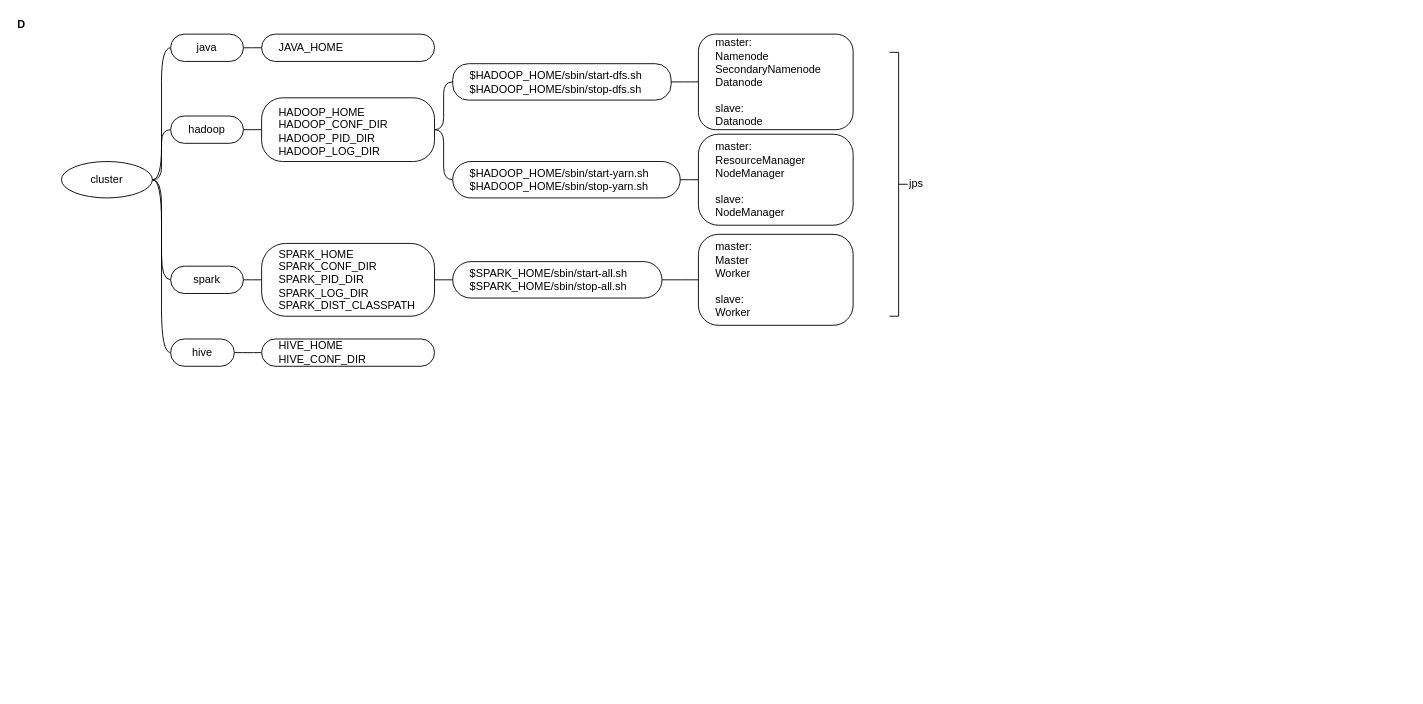
The draw.io diagram page "deploy" (1 of 3) of scala/scala.drawio in yangdj/tf_docs, before the edit. Source tidied: cells renumbered, new cells numbered last; positions are measured from the earlier drawing's top-left corner, leaving out a move shared by most shapes. Both pictures are drawn from the tidied source at 91%, with x=0, y=0 at pixel (15, 15).
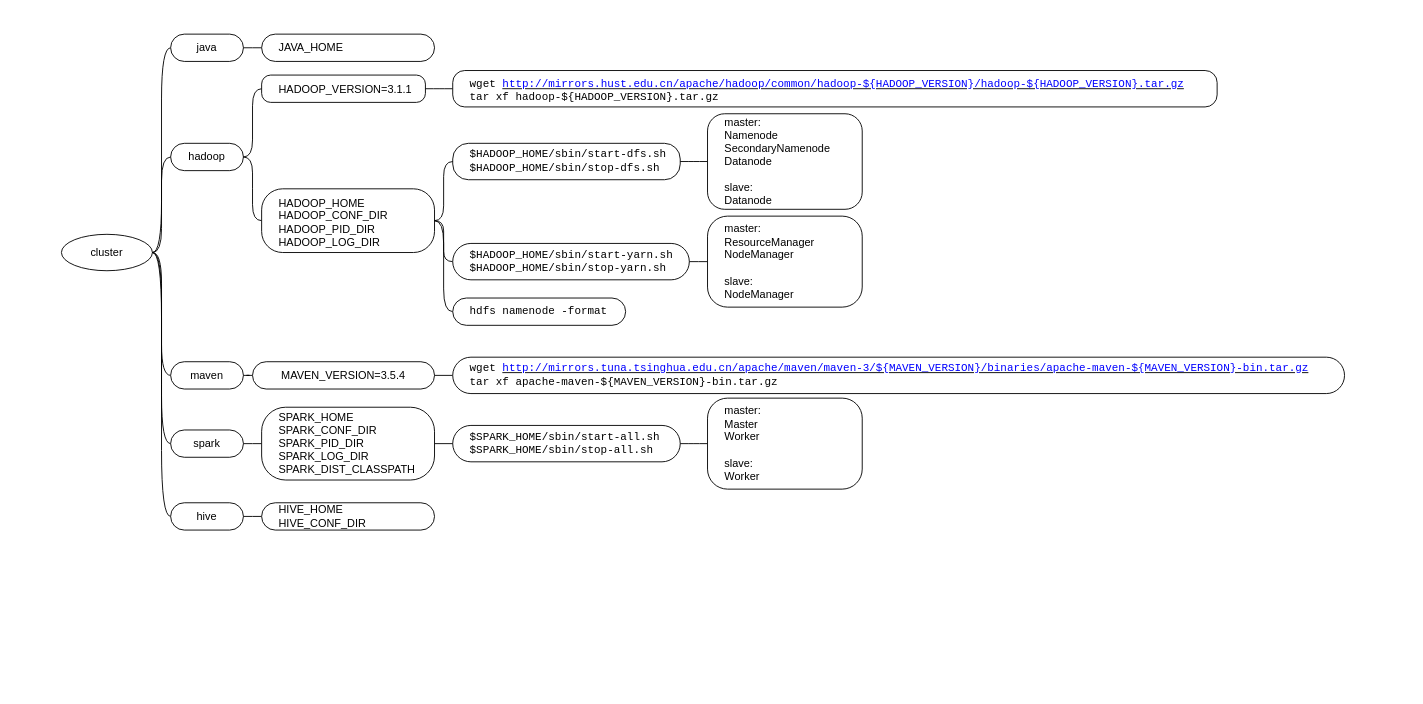
Above is the later version.

What changed in the source:
```diff
@@
-    <mxCell id="2" value="D" style="swimlane;html=1;startSize=20;horizontal=1;containerType=tree;rounded=1;shadow=0;glass=0;comic=0;fillColor=none;align=left;strokeColor=none;" parent="1" vertex="1">
-      <mxGeometry width="1020" height="460" as="geometry" />
+    <mxCell id="2" style="swimlane;html=1;startSize=20;horizontal=1;containerType=tree;rounded=1;shadow=0;glass=0;comic=0;fillColor=none;align=left;strokeColor=none;spacingLeft=16;fontFamily=Courier New;" parent="1" vertex="1">
+      <mxGeometry width="1530" height="740" as="geometry" />
     </mxCell>
@@
     <mxCell id="4" value="cluster" style="ellipse;whiteSpace=wrap;html=1;align=center;" parent="2" vertex="1">
-      <mxGeometry x="50" y="160" width="100" height="40" as="geometry" />
+      <mxGeometry x="50" y="240" width="100" height="40" as="geometry" />
     </mxCell>
     <mxCell id="5" value="hadoop" style="whiteSpace=wrap;html=1;rounded=1;arcSize=50;align=center;verticalAlign=middle;strokeWidth=1;spacing=4;" parent="2" vertex="1">
-      <mxGeometry x="170" y="110" width="80" height="30" as="geometry" />
+      <mxGeometry x="170" y="140" width="80" height="30" as="geometry" />
     </mxCell>
@@
     <mxCell id="7" value="spark" style="whiteSpace=wrap;html=1;rounded=1;arcSize=50;align=center;verticalAlign=middle;strokeWidth=1;spacing=4;" parent="2" vertex="1">
-      <mxGeometry x="170" y="275" width="80" height="30" as="geometry" />
+      <mxGeometry x="170" y="455" width="80" height="30" as="geometry" />
     </mxCell>
@@
-    <mxCell id="9" value="$SPARK_HOME/sbin/start-all.sh&lt;br&gt;$SPARK_HOME/sbin/stop-all.sh" style="whiteSpace=wrap;html=1;rounded=1;arcSize=50;align=left;verticalAlign=middle;strokeWidth=1;spacing=4;spacingLeft=15;" parent="2" vertex="1">
-      <mxGeometry x="480" y="270" width="230" height="40" as="geometry" />
+    <mxCell id="9" value="$SPARK_HOME/sbin/start-all.sh&lt;br&gt;$SPARK_HOME/sbin/stop-all.sh" style="whiteSpace=wrap;html=1;rounded=1;arcSize=50;align=left;verticalAlign=middle;strokeWidth=1;spacing=4;spacingLeft=15;fontFamily=Courier New;" parent="2" vertex="1">
+      <mxGeometry x="480" y="450" width="250" height="40" as="geometry" />
     </mxCell>
@@
-    <mxCell id="15" value="&lt;span style=&quot;font-size: 12px&quot;&gt;$HADOOP_HOME/sbin/start-dfs.sh&lt;/span&gt;&lt;br style=&quot;font-size: 12px&quot;&gt;&lt;span style=&quot;font-size: 12px&quot;&gt;$HADOOP_HOME/sbin/stop-dfs.sh&lt;/span&gt;&lt;span style=&quot;font-size: 12px&quot;&gt;&lt;br&gt;&lt;/span&gt;" style="whiteSpace=wrap;html=1;rounded=1;arcSize=43;align=left;verticalAlign=middle;strokeWidth=1;spacing=4;fontSize=12;spacingLeft=15;" parent="2" vertex="1">
-      <mxGeometry x="480" y="52.5" width="240" height="40" as="geometry" />
+    <mxCell id="15" value="&lt;span style=&quot;font-size: 12px&quot;&gt;$HADOOP_HOME/sbin/start-dfs.sh&lt;/span&gt;&lt;br style=&quot;font-size: 12px&quot;&gt;&lt;span style=&quot;font-size: 12px&quot;&gt;$HADOOP_HOME/sbin/stop-dfs.sh&lt;/span&gt;&lt;span style=&quot;font-size: 12px&quot;&gt;&lt;br&gt;&lt;/span&gt;" style="whiteSpace=wrap;html=1;rounded=1;arcSize=43;align=left;verticalAlign=middle;strokeWidth=1;spacing=4;fontSize=12;spacingLeft=15;fontFamily=Courier New;" parent="2" vertex="1">
+      <mxGeometry x="480" y="140" width="250" height="40" as="geometry" />
     </mxCell>
@@
     <mxCell id="17" value="&lt;div&gt;HADOOP_HOME&lt;/div&gt;&lt;div&gt;HADOOP_CONF_DIR&lt;/div&gt;&lt;div&gt;HADOOP_PID_DIR&lt;/div&gt;&lt;div&gt;HADOOP_LOG_DIR&lt;/div&gt;&lt;div&gt;&lt;br&gt;&lt;/div&gt;" style="whiteSpace=wrap;html=1;rounded=1;arcSize=33;align=left;verticalAlign=top;strokeWidth=1;spacing=4;spacingLeft=15;" parent="2" vertex="1">
-      <mxGeometry x="270" y="90" width="190" height="70" as="geometry" />
+      <mxGeometry x="270" y="190" width="190" height="70" as="geometry" />
     </mxCell>
@@
     <mxCell id="19" value="&lt;div&gt;SPARK_HOME&lt;/div&gt;&lt;div&gt;SPARK_CONF_DIR&lt;/div&gt;&lt;div&gt;SPARK_PID_DIR&lt;/div&gt;&lt;div&gt;SPARK_LOG_DIR&lt;/div&gt;&lt;div&gt;SPARK_DIST_CLASSPATH&lt;/div&gt;" style="whiteSpace=wrap;html=1;rounded=1;arcSize=33;align=left;verticalAlign=middle;strokeWidth=1;spacing=4;spacingLeft=15;" parent="2" vertex="1">
-      <mxGeometry x="270" y="250" width="190" height="80" as="geometry" />
+      <mxGeometry x="270" y="430" width="190" height="80" as="geometry" />
     </mxCell>
@@
     <mxCell id="21" value="hive" style="whiteSpace=wrap;html=1;rounded=1;arcSize=50;align=center;verticalAlign=middle;strokeWidth=1;spacing=4;" parent="2" vertex="1">
-      <mxGeometry x="170" y="355" width="70" height="30" as="geometry" />
+      <mxGeometry x="170" y="535" width="80" height="30" as="geometry" />
     </mxCell>
@@
     <mxCell id="23" value="HIVE_HOME&lt;br&gt;HIVE_CONF_DIR" style="whiteSpace=wrap;html=1;rounded=1;arcSize=50;align=left;verticalAlign=middle;strokeWidth=1;spacing=4;spacingLeft=15;" parent="2" vertex="1">
-      <mxGeometry x="270" y="355" width="190" height="30" as="geometry" />
+      <mxGeometry x="270" y="535" width="190" height="30" as="geometry" />
     </mxCell>
@@
-    <mxCell id="25" value="$HADOOP_HOME/sbin/start-yarn.sh&lt;br&gt;$HADOOP_HOME/sbin/stop-yarn.sh&lt;span style=&quot;font-size: 12px&quot;&gt;&lt;br&gt;&lt;/span&gt;" style="whiteSpace=wrap;html=1;rounded=1;arcSize=50;align=left;verticalAlign=middle;strokeWidth=1;spacing=4;fontSize=12;spacingLeft=15;" parent="2" vertex="1">
-      <mxGeometry x="480" y="160" width="250" height="40" as="geometry" />
+    <mxCell id="25" value="$HADOOP_HOME/sbin/start-yarn.sh&lt;br&gt;$HADOOP_HOME/sbin/stop-yarn.sh&lt;span style=&quot;font-size: 12px&quot;&gt;&lt;br&gt;&lt;/span&gt;" style="whiteSpace=wrap;html=1;rounded=1;arcSize=50;align=left;verticalAlign=middle;strokeWidth=1;spacing=4;fontSize=12;spacingLeft=15;fontFamily=Courier New;" parent="2" vertex="1">
+      <mxGeometry x="480" y="250" width="260" height="40" as="geometry" />
     </mxCell>
@@
     <mxCell id="27" value="&lt;span style=&quot;font-size: 12px&quot;&gt;master:&lt;br&gt;Namenode&lt;br&gt;SecondaryNamenode&lt;br&gt;Datanode&lt;br&gt;&lt;br&gt;&lt;/span&gt;slave:&lt;br&gt;Datanode&lt;span style=&quot;font-size: 12px&quot;&gt;&lt;br&gt;&lt;/span&gt;" style="whiteSpace=wrap;html=1;rounded=1;arcSize=18;align=left;verticalAlign=middle;strokeWidth=1;spacing=4;fontSize=12;spacingLeft=15;" parent="2" vertex="1">
-      <mxGeometry x="750" y="20" width="170" height="105" as="geometry" />
+      <mxGeometry x="760" y="107.5" width="170" height="105" as="geometry" />
     </mxCell>
@@
     <mxCell id="29" value="&lt;span style=&quot;font-size: 12px&quot;&gt;master:&lt;br&gt;ResourceManager&lt;br&gt;NodeManager&lt;br&gt;&lt;br&gt;slave:&lt;br&gt;NodeManager&lt;br&gt;&lt;/span&gt;" style="whiteSpace=wrap;html=1;rounded=1;arcSize=22;align=left;verticalAlign=middle;strokeWidth=1;spacing=4;fontSize=12;spacingLeft=15;" parent="2" vertex="1">
-      <mxGeometry x="750" y="130" width="170" height="100" as="geometry" />
+      <mxGeometry x="760" y="220" width="170" height="100" as="geometry" />
     </mxCell>
@@
     <mxCell id="31" value="&lt;span style=&quot;font-size: 12px&quot;&gt;master:&lt;br&gt;Master&lt;br&gt;Worker&lt;br&gt;&lt;br&gt;slave:&lt;br&gt;Worker&lt;br&gt;&lt;/span&gt;" style="whiteSpace=wrap;html=1;rounded=1;arcSize=22;align=left;verticalAlign=middle;strokeWidth=1;spacing=4;fontSize=12;spacingLeft=15;" parent="2" vertex="1">
-      <mxGeometry x="750" y="240" width="170" height="100" as="geometry" />
+      <mxGeometry x="760" y="420" width="170" height="100" as="geometry" />
     </mxCell>
-    <mxCell id="32" value="jps" style="strokeWidth=1;html=1;shape=mxgraph.flowchart.annotation_2;align=left;labelPosition=right;fontColor=#000000;direction=west;perimeterSpacing=0;" parent="2" vertex="1">
-      <mxGeometry x="960" y="40" width="20" height="290" as="geometry" />
-    </mxCell>
+    <mxCell id="33" style="edgeStyle=entityRelationEdgeStyle;startArrow=none;endArrow=none;segment=10;curved=1;" parent="2" edge="1" source="17" target="34">
+      <mxGeometry relative="1" as="geometry" />
+    </mxCell>
+    <mxCell id="34" value="hdfs namenode -format&lt;span style=&quot;font-size: 12px&quot;&gt;&lt;br&gt;&lt;/span&gt;" style="whiteSpace=wrap;html=1;rounded=1;arcSize=50;align=left;verticalAlign=middle;strokeWidth=1;spacing=4;fontSize=12;spacingLeft=15;fontFamily=Courier New;" parent="2" vertex="1">
+      <mxGeometry x="480" y="310" width="190" height="30" as="geometry" />
+    </mxCell>
+    <mxCell id="35" style="edgeStyle=entityRelationEdgeStyle;startArrow=none;endArrow=none;segment=10;curved=1;" parent="2" edge="1" source="5" target="36">
+      <mxGeometry relative="1" as="geometry" />
+    </mxCell>
+    <mxCell id="36" value="&lt;div&gt;&lt;span&gt;HADOOP_VERSION=3.1.1&lt;/span&gt;&lt;br&gt;&lt;/div&gt;" style="whiteSpace=wrap;html=1;rounded=1;arcSize=33;align=left;verticalAlign=top;strokeWidth=1;spacing=4;spacingLeft=15;" parent="2" vertex="1">
+      <mxGeometry x="270" y="65" width="180" height="30" as="geometry" />
+    </mxCell>
+    <mxCell id="37" style="edgeStyle=entityRelationEdgeStyle;startArrow=none;endArrow=none;segment=10;curved=1;" parent="2" edge="1" source="36" target="38">
+      <mxGeometry relative="1" as="geometry" />
+    </mxCell>
+    <mxCell id="38" value="&lt;div&gt;wget &lt;u&gt;&lt;font color=&quot;#0000ff&quot;&gt;http://mirrors.hust.edu.cn/apache/hadoop/common/hadoop-${HADOOP_VERSION}/hadoop-${HADOOP_VERSION}.tar.gz&lt;/font&gt;&lt;/u&gt;&lt;/div&gt;&lt;div&gt;&lt;span&gt;tar xf hadoop-${HADOOP_VERSION}.tar.gz&lt;/span&gt;&lt;/div&gt;" style="whiteSpace=wrap;html=1;rounded=1;arcSize=33;align=left;verticalAlign=top;strokeWidth=1;spacing=4;spacingLeft=15;fontFamily=Courier New;" parent="2" vertex="1">
+      <mxGeometry x="480" y="60" width="840" height="40" as="geometry" />
+    </mxCell>
+    <mxCell id="39" style="edgeStyle=entityRelationEdgeStyle;startArrow=none;endArrow=none;segment=10;curved=1;exitX=1;exitY=0.5;exitDx=0;exitDy=0;" parent="2" edge="1" source="4" target="40">
+      <mxGeometry relative="1" as="geometry" />
+    </mxCell>
+    <mxCell id="40" value="maven" style="whiteSpace=wrap;html=1;rounded=1;arcSize=50;align=center;verticalAlign=middle;strokeWidth=1;spacing=4;" parent="2" vertex="1">
+      <mxGeometry x="170" y="380" width="80" height="30" as="geometry" />
+    </mxCell>
+    <mxCell id="41" style="edgeStyle=entityRelationEdgeStyle;startArrow=none;endArrow=none;segment=10;curved=1;exitX=1;exitY=0.5;exitDx=0;exitDy=0;" parent="2" edge="1" source="40" target="42">
+      <mxGeometry relative="1" as="geometry" />
+    </mxCell>
+    <mxCell id="42" value="MAVEN_VERSION=3.5.4" style="whiteSpace=wrap;html=1;rounded=1;arcSize=50;align=center;verticalAlign=middle;strokeWidth=1;spacing=4;" parent="2" vertex="1">
+      <mxGeometry x="260" y="380" width="200" height="30" as="geometry" />
+    </mxCell>
+    <mxCell id="43" style="edgeStyle=entityRelationEdgeStyle;startArrow=none;endArrow=none;segment=10;curved=1;exitX=1;exitY=0.5;exitDx=0;exitDy=0;" parent="2" edge="1" source="42" target="44">
+      <mxGeometry relative="1" as="geometry" />
+    </mxCell>
+    <mxCell id="44" value="&lt;div&gt;wget &lt;u&gt;&lt;font color=&quot;#0000ff&quot;&gt;http://mirrors.tuna.tsinghua.edu.cn/apache/maven/maven-3/${MAVEN_VERSION}/binaries/apache-maven-${MAVEN_VERSION}-bin.tar.gz&lt;/font&gt;&lt;/u&gt;&lt;/div&gt;&lt;div&gt;&lt;span&gt;tar xf apache-maven-${MAVEN_VERSION}-bin.tar.gz&lt;/span&gt;&lt;/div&gt;" style="whiteSpace=wrap;html=1;rounded=1;arcSize=50;align=left;verticalAlign=middle;strokeWidth=1;spacing=4;spacingLeft=15;fontFamily=Courier New;" parent="2" vertex="1">
+      <mxGeometry x="480" y="375" width="980" height="40" as="geometry" />
+    </mxCell>
```
